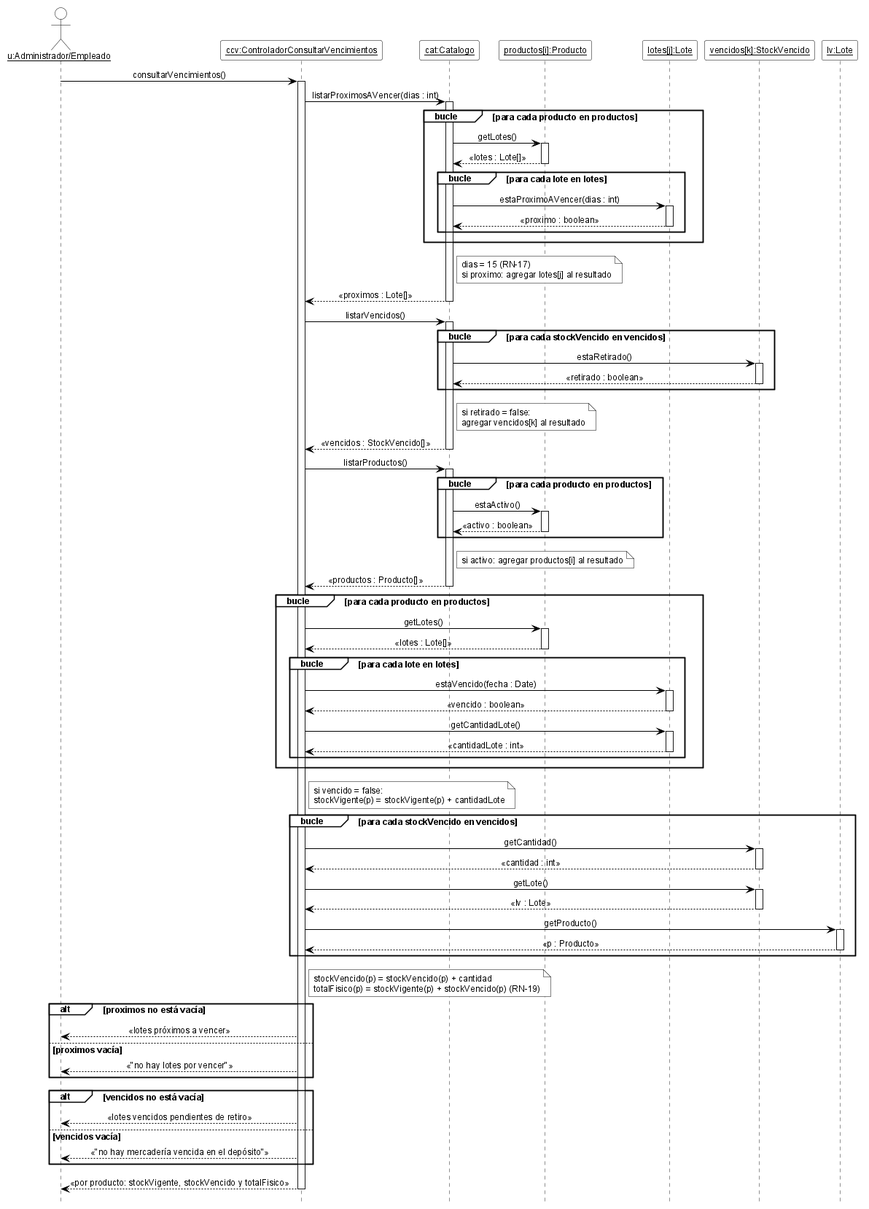
Before: 08-Diagrama De Secuencia/DSD_CU-09_consultarVencimientos.png, a diagram exported from PlantUML (cirotop/Stock-Project). Its diagram source:
```plantuml
@startuml DSD_CU-09_consultarVencimientos
hide footbox
skinparam shadowing false
skinparam defaultFontName Arial
skinparam defaultFontSize 12
skinparam sequenceMessageAlign center
skinparam ArrowColor black
skinparam ParticipantBackgroundColor white
skinparam ParticipantBorderColor black
skinparam ActorBackgroundColor white
skinparam ActorBorderColor black
skinparam LifeLineBorderColor black
skinparam LifeLineBackgroundColor white
skinparam SequenceGroupBackgroundColor white
skinparam SequenceGroupBorderColor black
skinparam SequenceGroupHeaderFontColor black
skinparam NoteBackgroundColor white
skinparam NoteBorderColor black

actor "<u>u:Administrador/Empleado</u>" as u
participant "<u>ccv:ControladorConsultarVencimientos</u>" as ccv
participant "<u>cat:Catalogo</u>" as cat
participant "<u>productos[i]:Producto</u>" as pi
participant "<u>lotes[j]:Lote</u>" as li
participant "<u>vencidos[k]:StockVencido</u>" as vi
participant "<u>lv:Lote</u>" as lv

u -> ccv ++ : consultarVencimientos()
ccv -> cat ++ : listarProximosAVencer(dias : int)
group bucle [para cada producto en productos]
  cat -> pi ++ : getLotes()
  pi --> cat -- : «lotes : Lote[]»
  group bucle [para cada lote en lotes]
    cat -> li ++ : estaProximoAVencer(dias : int)
    li --> cat -- : «proximo : boolean»
  end
end
note right of cat : dias = 15 (RN-17)\nsi proximo: agregar lotes[j] al resultado
cat --> ccv -- : «proximos : Lote[]»
ccv -> cat ++ : listarVencidos()
group bucle [para cada stockVencido en vencidos]
  cat -> vi ++ : estaRetirado()
  vi --> cat -- : «retirado : boolean»
end
note right of cat : si retirado = false:\nagregar vencidos[k] al resultado
cat --> ccv -- : «vencidos : StockVencido[]»
ccv -> cat ++ : listarProductos()
group bucle [para cada producto en productos]
  cat -> pi ++ : estaActivo()
  pi --> cat -- : «activo : boolean»
end
note right of cat : si activo: agregar productos[i] al resultado
cat --> ccv -- : «productos : Producto[]»
group bucle [para cada producto en productos]
  ccv -> pi ++ : getLotes()
  pi --> ccv -- : «lotes : Lote[]»
  group bucle [para cada lote en lotes]
    ccv -> li ++ : estaVencido(fecha : Date)
    li --> ccv -- : «vencido : boolean»
    ccv -> li ++ : getCantidadLote()
    li --> ccv -- : «cantidadLote : int»
  end
end
note right of ccv : si vencido = false:\nstockVigente(p) = stockVigente(p) + cantidadLote
group bucle [para cada stockVencido en vencidos]
  ccv -> vi ++ : getCantidad()
  vi --> ccv -- : «cantidad : int»
  ccv -> vi ++ : getLote()
  vi --> ccv -- : «lv : Lote»
  ccv -> lv ++ : getProducto()
  lv --> ccv -- : «p : Producto»
end
note right of ccv
  stockVencido(p) = stockVencido(p) + cantidad
  totalFisico(p) = stockVigente(p) + stockVencido(p) (RN-19)
end note
alt proximos no está vacía
  ccv --> u : «lotes próximos a vencer»
else proximos vacía
  ccv --> u : «"no hay lotes por vencer"»
end
alt vencidos no está vacía
  ccv --> u : «lotes vencidos pendientes de retiro»
else vencidos vacía
  ccv --> u : «"no hay mercadería vencida en el depósito"»
end
ccv --> u -- : «por producto: stockVigente, stockVencido y totalFisico»

@enduml
```
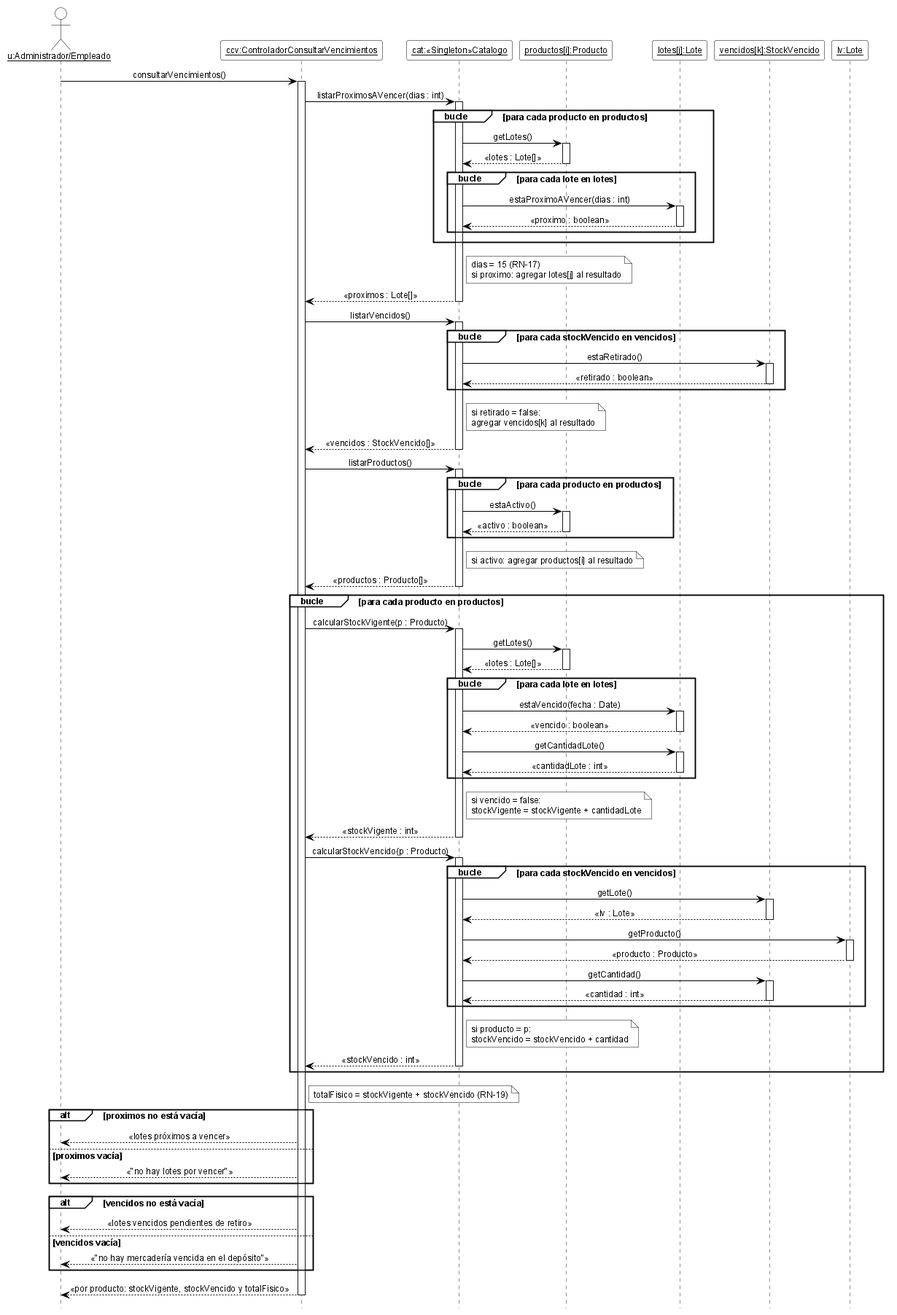
After the change.

Diff of the diagram source:
```diff
@@ -7,6 +7,8 @@
 skinparam ArrowColor black
 skinparam ParticipantBackgroundColor white
 skinparam ParticipantBorderColor black
+skinparam CollectionsBackgroundColor white
+skinparam CollectionsBorderColor black
 skinparam ActorBackgroundColor white
 skinparam ActorBorderColor black
 skinparam LifeLineBorderColor black
@@ -19,7 +21,7 @@
 
 actor "<u>u:Administrador/Empleado</u>" as u
 participant "<u>ccv:ControladorConsultarVencimientos</u>" as ccv
-participant "<u>cat:Catalogo</u>" as cat
+participant "<u>cat:«Singleton»Catalogo</u>" as cat
 participant "<u>productos[i]:Producto</u>" as pi
 participant "<u>lotes[j]:Lote</u>" as li
 participant "<u>vencidos[k]:StockVencido</u>" as vi
@@ -52,28 +54,30 @@
 note right of cat : si activo: agregar productos[i] al resultado
 cat --> ccv -- : «productos : Producto[]»
 group bucle [para cada producto en productos]
-  ccv -> pi ++ : getLotes()
-  pi --> ccv -- : «lotes : Lote[]»
+  ccv -> cat ++ : calcularStockVigente(p : Producto)
+  cat -> pi ++ : getLotes()
+  pi --> cat -- : «lotes : Lote[]»
   group bucle [para cada lote en lotes]
-    ccv -> li ++ : estaVencido(fecha : Date)
-    li --> ccv -- : «vencido : boolean»
-    ccv -> li ++ : getCantidadLote()
-    li --> ccv -- : «cantidadLote : int»
+    cat -> li ++ : estaVencido(fecha : Date)
+    li --> cat -- : «vencido : boolean»
+    cat -> li ++ : getCantidadLote()
+    li --> cat -- : «cantidadLote : int»
   end
+  note right of cat : si vencido = false:\nstockVigente = stockVigente + cantidadLote
+  cat --> ccv -- : «stockVigente : int»
+  ccv -> cat ++ : calcularStockVencido(p : Producto)
+  group bucle [para cada stockVencido en vencidos]
+    cat -> vi ++ : getLote()
+    vi --> cat -- : «lv : Lote»
+    cat -> lv ++ : getProducto()
+    lv --> cat -- : «producto : Producto»
+    cat -> vi ++ : getCantidad()
+    vi --> cat -- : «cantidad : int»
+  end
+  note right of cat : si producto = p:\nstockVencido = stockVencido + cantidad
+  cat --> ccv -- : «stockVencido : int»
 end
-note right of ccv : si vencido = false:\nstockVigente(p) = stockVigente(p) + cantidadLote
-group bucle [para cada stockVencido en vencidos]
-  ccv -> vi ++ : getCantidad()
-  vi --> ccv -- : «cantidad : int»
-  ccv -> vi ++ : getLote()
-  vi --> ccv -- : «lv : Lote»
-  ccv -> lv ++ : getProducto()
-  lv --> ccv -- : «p : Producto»
-end
-note right of ccv
-  stockVencido(p) = stockVencido(p) + cantidad
-  totalFisico(p) = stockVigente(p) + stockVencido(p) (RN-19)
-end note
+note right of ccv : totalFisico = stockVigente + stockVencido (RN-19)
 alt proximos no está vacía
   ccv --> u : «lotes próximos a vencer»
 else proximos vacía
```
